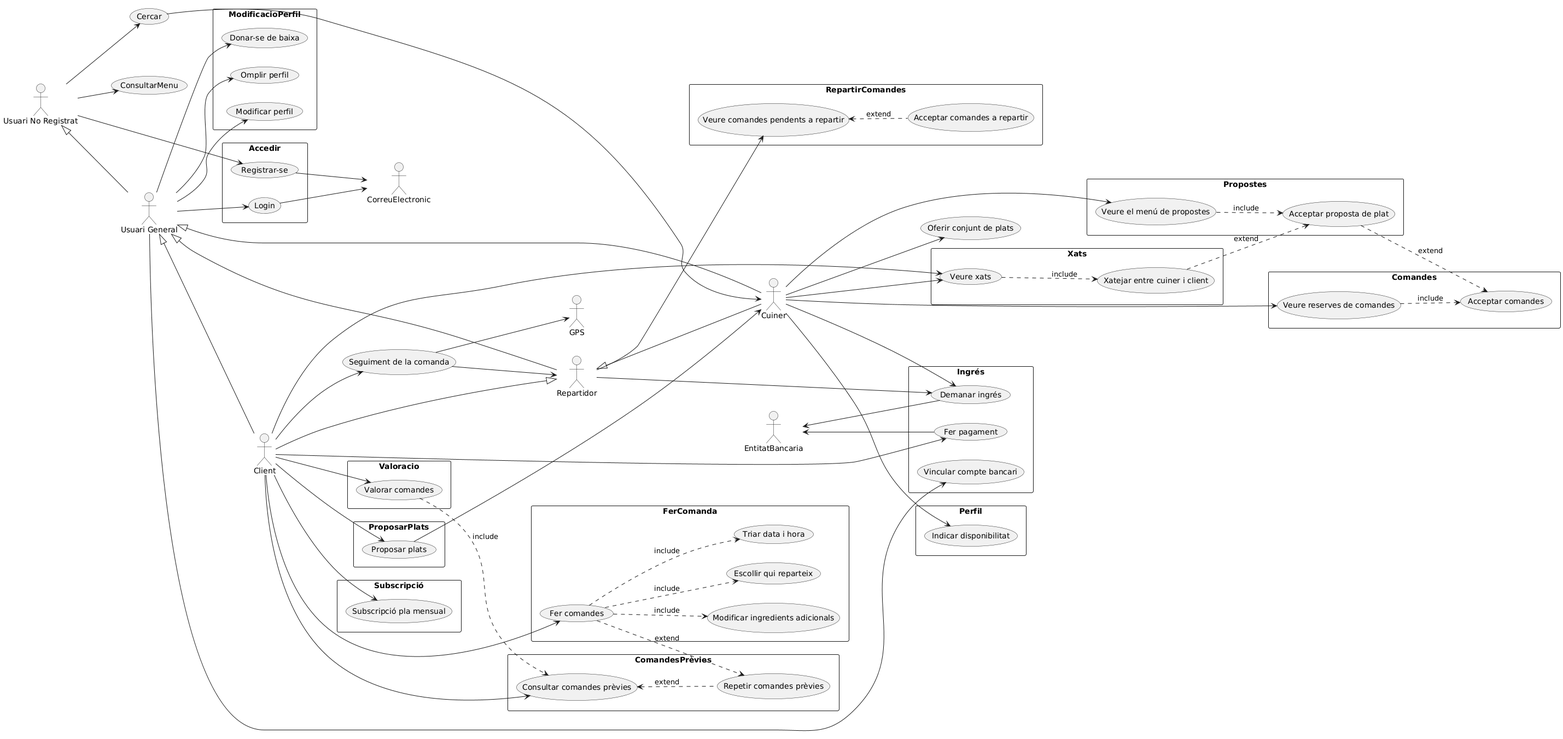
The PlantUML diagram documents/Diagrames/Cas d'ús/UML GENERAL/uml_general_FINAL.png in martipages/ES23UAB431-02, before a commit.
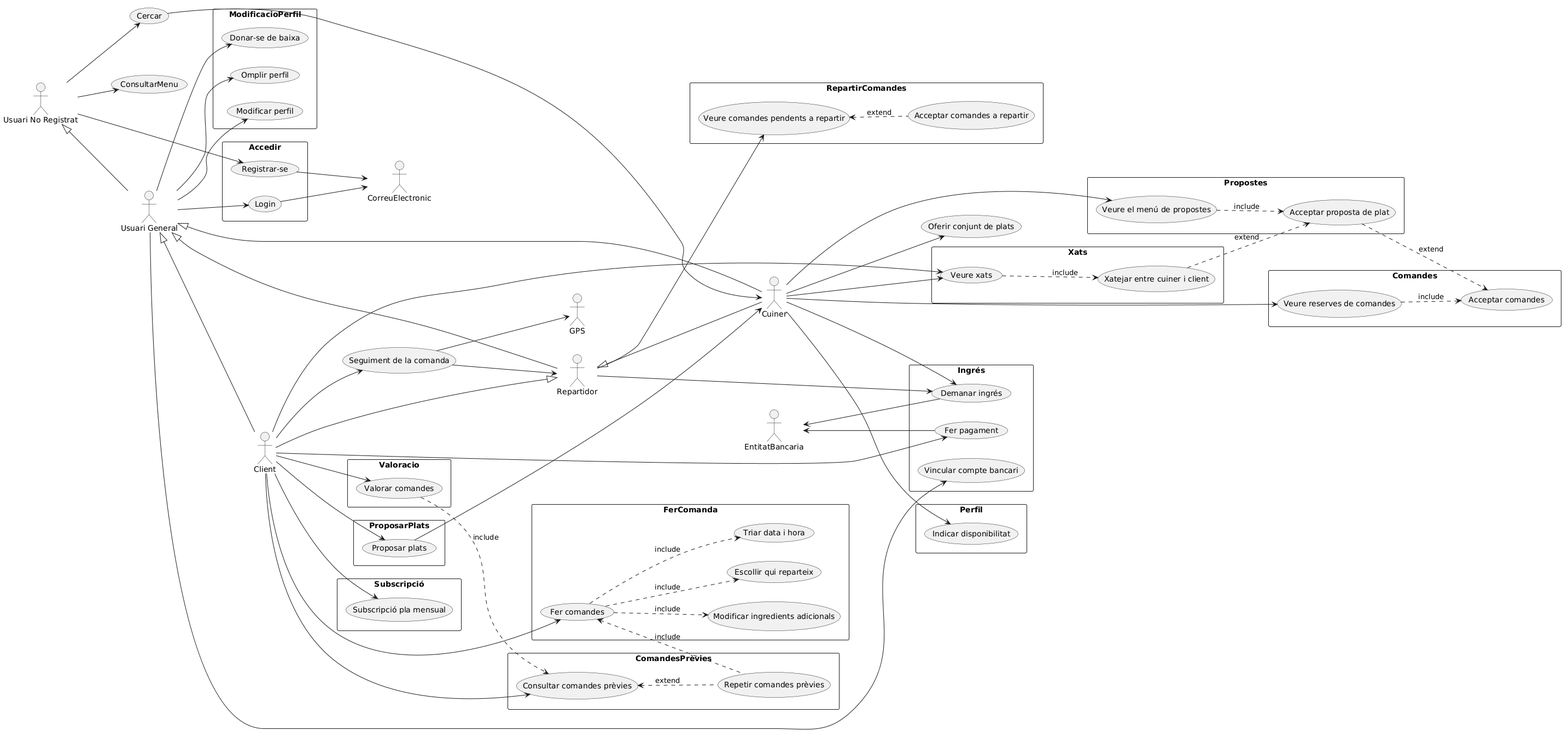
The same diagram one commit later.

What changed in the source:
```diff
@@ -228,7 +228,7 @@
 
 Reserva ..> DyT : include
 
-Reserva ..> RepetirPrevies : extend
+Reserva <.. RepetirPrevies : include
 
 ConsultarPrevies <.. RepetirPrevies : extend
 
```
